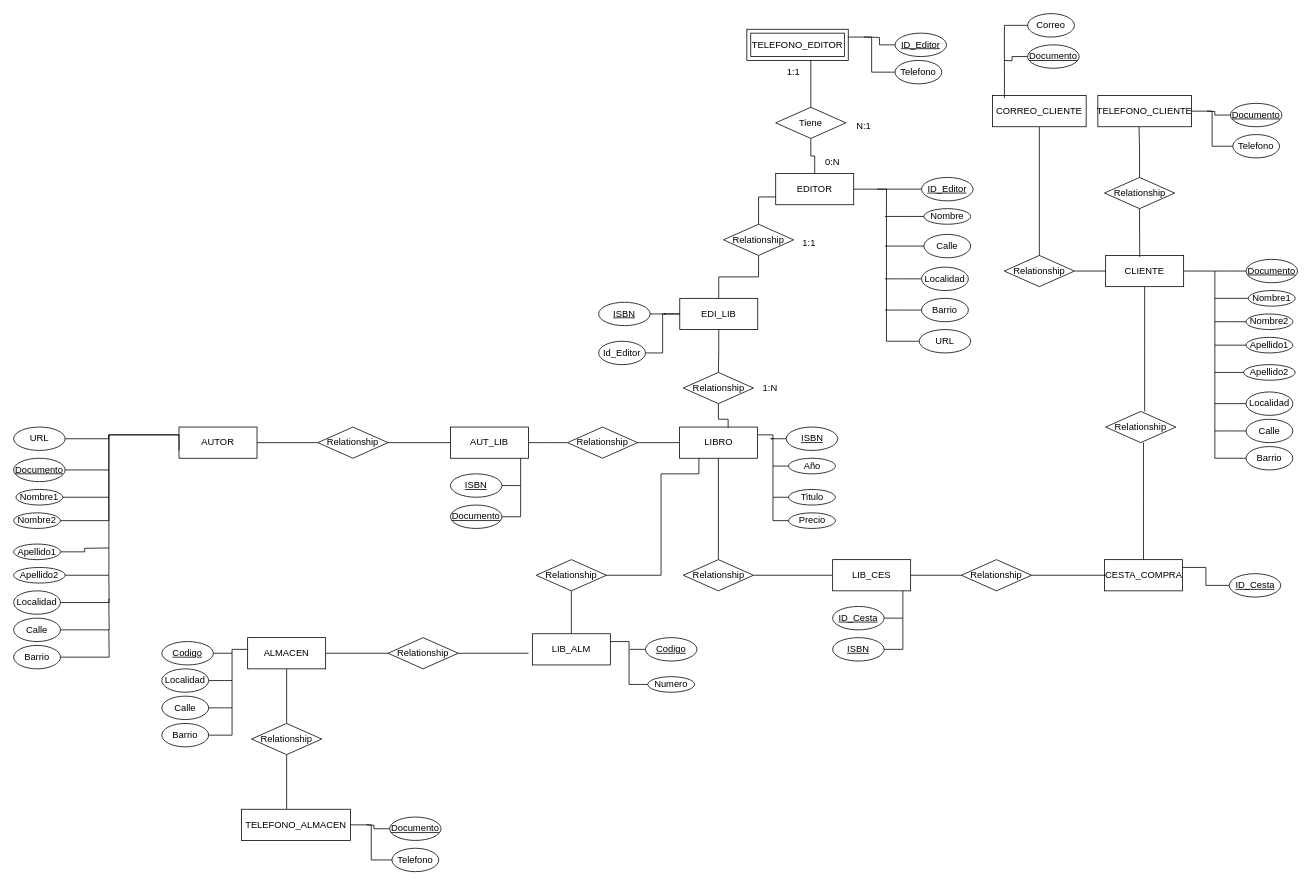
Earlier version of the draw.io diagram Modelado/Taller1-BDD1.drawio (jcabarcasr/Investigaciones-DB1-DB2). Source tidied: cells renumbered, new cells numbered last; positions are measured from the earlier drawing's top-left corner, leaving out a move shared by most shapes. Both pictures are drawn from the tidied source at 78%, with x=0, y=0 at pixel (13, 13).
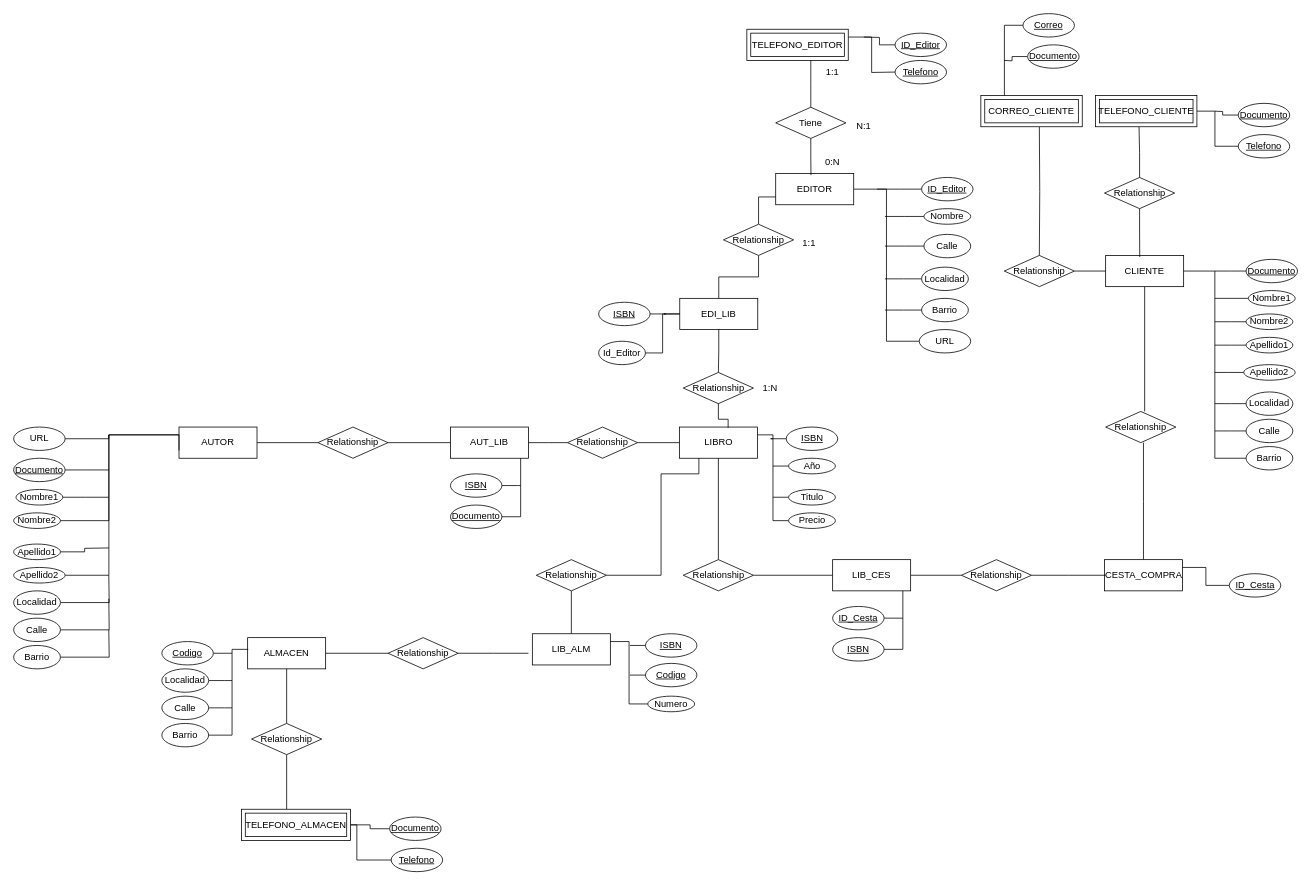
The same page after the edit.

The change refers to these unchanged cells:
```xml
<mxCell id="4" value="EDITOR" style="whiteSpace=wrap;html=1;align=center;" parent="2" vertex="1">
  <mxGeometry width="100" height="40" as="geometry" />
</mxCell>
<mxCell id="91" style="group;" parent="1" vertex="1">
  <mxGeometry x="970" y="20" width="226" height="70" as="geometry" />
</mxCell>
<mxCell id="96" value="TELEFONO_EDITOR" style="shape=ext;margin=3;double=1;whiteSpace=wrap;html=1;align=center;" parent="91" vertex="1">
  <mxGeometry x="-30" width="130" height="40" as="geometry" />
</mxCell>
<mxCell id="99" value="Tiene" style="shape=rhombus;perimeter=rhombusPerimeter;whiteSpace=wrap;html=1;align=center;" parent="1" vertex="1">
  <mxGeometry x="977" y="120" width="90" height="40" as="geometry" />
</mxCell>
<mxCell id="127" value="Relationship" style="shape=rhombus;perimeter=rhombusPerimeter;whiteSpace=wrap;html=1;align=center;" parent="1" vertex="1">
  <mxGeometry x="1398.5" y="210" width="90" height="40" as="geometry" />
</mxCell>
<mxCell id="142" value="Relationship" style="shape=rhombus;perimeter=rhombusPerimeter;whiteSpace=wrap;html=1;align=center;" parent="1" vertex="1">
  <mxGeometry x="1270" y="310" width="90" height="40" as="geometry" />
</mxCell>
<mxCell id="163" value="Documento" style="ellipse;whiteSpace=wrap;html=1;align=center;fontStyle=4;" parent="160" vertex="1">
  <mxGeometry x="170" y="10" width="66" height="30" as="geometry" />
</mxCell>
```

Change to the diagram source:
```diff
@@
-    <mxCell id="94" style="edgeStyle=orthogonalEdgeStyle;rounded=0;jettySize=auto;html=1;entryX=1;entryY=0.25;entryDx=0;entryDy=0;endArrow=none;endFill=0;" parent="91" edge="1" source="95" target="96">
-      <mxGeometry relative="1" as="geometry" />
+    <mxCell id="94" style="edgeStyle=orthogonalEdgeStyle;rounded=0;jettySize=auto;html=1;entryX=1;entryY=0.25;entryDx=0;entryDy=0;endArrow=none;endFill=0;" parent="91" edge="1" target="96">
+      <mxGeometry relative="1" as="geometry">
+        <mxPoint x="160" y="54.9" as="sourcePoint" />
+      </mxGeometry>
     </mxCell>
-    <mxCell id="95" value="Telefono" style="ellipse;whiteSpace=wrap;html=1;align=center;" parent="91" vertex="1">
-      <mxGeometry x="160" y="40" width="60" height="30" as="geometry" />
-    </mxCell>
@@
     <mxCell id="97" value="1:1" style="text;html=1;whiteSpace=wrap;strokeColor=none;fillColor=none;align=center;verticalAlign=middle;rounded=0;" parent="91" vertex="1">
-      <mxGeometry y="40" width="60" height="30" as="geometry" />
+      <mxGeometry x="50" y="40" width="60" height="30" as="geometry" />
     </mxCell>
-    <mxCell id="98" style="edgeStyle=orthogonalEdgeStyle;rounded=0;jettySize=auto;html=1;entryX=0.5;entryY=0;entryDx=0;entryDy=0;endArrow=none;endFill=0;" parent="1" edge="1" source="99" target="4">
-      <mxGeometry relative="1" as="geometry" />
-    </mxCell>
+    <mxCell id="167" value="Telefono" style="ellipse;whiteSpace=wrap;html=1;align=center;fontStyle=4;" parent="91" vertex="1">
+      <mxGeometry x="160" y="40" width="66" height="30" as="geometry" />
+    </mxCell>
@@
     <mxCell id="121" style="group;" parent="1" vertex="1">
-      <mxGeometry x="1390" y="105" width="236" height="80" as="geometry" />
+      <mxGeometry x="1400" y="105" width="236" height="80" as="geometry" />
     </mxCell>
-    <mxCell id="122" value="TELEFONO_CLIENTE" style="whiteSpace=wrap;html=1;align=center;" parent="121" vertex="1">
-      <mxGeometry width="120" height="40" as="geometry" />
-    </mxCell>
@@
-    <mxCell id="125" style="edgeStyle=orthogonalEdgeStyle;rounded=0;jettySize=auto;html=1;entryX=1;entryY=0.5;entryDx=0;entryDy=0;endArrow=none;endFill=0;" parent="121" edge="1" source="126" target="122">
-      <mxGeometry relative="1" as="geometry" />
+    <mxCell id="125" style="edgeStyle=orthogonalEdgeStyle;rounded=0;jettySize=auto;html=1;entryX=1;entryY=0.5;entryDx=0;entryDy=0;endArrow=none;endFill=0;" parent="121" edge="1" target="122">
+      <mxGeometry relative="1" as="geometry">
+        <mxPoint x="173" y="65" as="sourcePoint" />
+        <Array as="points">
+          <mxPoint x="140.1" y="65" />
+          <mxPoint x="140.1" y="20" />
+        </Array>
+      </mxGeometry>
     </mxCell>
-    <mxCell id="126" value="Telefono" style="ellipse;whiteSpace=wrap;html=1;align=center;" parent="121" vertex="1">
-      <mxGeometry x="173" y="50" width="60" height="30" as="geometry" />
-    </mxCell>
+    <mxCell id="168" value="Telefono" style="ellipse;whiteSpace=wrap;html=1;align=center;fontStyle=4;" parent="121" vertex="1">
+      <mxGeometry x="170" y="50" width="66" height="30" as="geometry" />
+    </mxCell>
+    <mxCell id="122" value="TELEFONO_CLIENTE" style="shape=ext;margin=3;double=1;whiteSpace=wrap;html=1;align=center;" parent="121" vertex="1">
+      <mxGeometry x="-13" width="130" height="40" as="geometry" />
+    </mxCell>
@@
-    <mxCell id="133" style="edgeStyle=orthogonalEdgeStyle;rounded=0;jettySize=auto;html=1;entryX=0.44;entryY=1.008;entryDx=0;entryDy=0;entryPerimeter=0;endArrow=none;endFill=0;" parent="1" edge="1" source="127" target="122">
-      <mxGeometry relative="1" as="geometry" />
+    <mxCell id="133" style="edgeStyle=orthogonalEdgeStyle;rounded=0;jettySize=auto;html=1;entryX=0.44;entryY=1.008;entryDx=0;entryDy=0;entryPerimeter=0;endArrow=none;endFill=0;" parent="1" edge="1" source="127">
+      <mxGeometry relative="1" as="geometry">
+        <mxPoint x="1442.8" y="145.3" as="targetPoint" />
+      </mxGeometry>
     </mxCell>
-    <mxCell id="134" style="edgeStyle=orthogonalEdgeStyle;rounded=0;jettySize=auto;html=1;endArrow=none;endFill=0;" parent="1" edge="1" source="135">
-      <mxGeometry relative="1" as="geometry">
-        <mxPoint x="790" y="815" as="targetPoint" />
-      </mxGeometry>
-    </mxCell>
+    <mxCell id="169" style="edgeStyle=orthogonalEdgeStyle;rounded=0;jettySize=auto;html=1;endArrow=none;endFill=0;" parent="1" edge="1" source="135">
+      <mxGeometry relative="1" as="geometry">
+        <mxPoint x="790" y="848" as="targetPoint" />
+      </mxGeometry>
+    </mxCell>
     <mxCell id="135" value="Codigo" style="ellipse;whiteSpace=wrap;html=1;align=center;fontStyle=4;" parent="1" vertex="1">
-      <mxGeometry x="810" y="800" width="66" height="30" as="geometry" />
+      <mxGeometry x="810" y="833" width="66" height="30" as="geometry" />
     </mxCell>
@@
     <mxCell id="137" value="Numero" style="ellipse;whiteSpace=wrap;html=1;align=center;" parent="1" vertex="1">
-      <mxGeometry x="813" y="850" width="60" height="20" as="geometry" />
+      <mxGeometry x="813" y="875" width="60" height="20" as="geometry" />
     </mxCell>
@@
-    <mxCell id="143" style="edgeStyle=orthogonalEdgeStyle;rounded=0;jettySize=auto;html=1;entryX=0.5;entryY=0;entryDx=0;entryDy=0;endArrow=none;endFill=0;" parent="1" edge="1" source="144" target="142">
-      <mxGeometry relative="1" as="geometry" />
+    <mxCell id="143" style="edgeStyle=orthogonalEdgeStyle;rounded=0;jettySize=auto;html=1;entryX=0.5;entryY=0;entryDx=0;entryDy=0;endArrow=none;endFill=0;" parent="1" edge="1" target="142">
+      <mxGeometry relative="1" as="geometry">
+        <mxPoint x="1315" y="145" as="sourcePoint" />
+      </mxGeometry>
     </mxCell>
-    <mxCell id="144" value="CORREO_CLIENTE" style="whiteSpace=wrap;html=1;align=center;double=1;" parent="1" vertex="1">
-      <mxGeometry x="1255" y="105" width="120" height="40" as="geometry" />
-    </mxCell>
@@
-    <mxCell id="147" value="Correo" style="ellipse;whiteSpace=wrap;html=1;align=center;" parent="1" vertex="1">
-      <mxGeometry x="1300" width="60" height="30" as="geometry" />
-    </mxCell>
-    <mxCell id="148" style="edgeStyle=orthogonalEdgeStyle;rounded=0;jettySize=auto;html=1;entryX=0.127;entryY=0.084;entryDx=0;entryDy=0;entryPerimeter=0;endArrow=none;endFill=0;" parent="1" edge="1" source="147" target="144">
+    <mxCell id="148" style="edgeStyle=orthogonalEdgeStyle;rounded=0;orthogonalLoop=1;jettySize=auto;html=1;entryX=0.127;entryY=0.084;entryDx=0;entryDy=0;entryPerimeter=0;endArrow=none;endFill=0;" parent="1" edge="1">
       <mxGeometry relative="1" as="geometry">
+        <mxPoint x="1300" y="14.9" as="sourcePoint" />
+        <mxPoint x="1270.2" y="108.4" as="targetPoint" />
         <Array as="points">
           <mxPoint x="1270.2" y="14.9" />
         </Array>
       </mxGeometry>
     </mxCell>
@@
     <mxCell id="160" style="group;" parent="1" vertex="1">
-      <mxGeometry x="312" y="1020" width="236" height="80" as="geometry" />
+      <mxGeometry x="312" y="1020" width="236" height="90" as="geometry" />
     </mxCell>
-    <mxCell id="161" value="TELEFONO_ALMACEN" style="whiteSpace=wrap;html=1;align=center;" parent="160" vertex="1">
-      <mxGeometry x="-20" width="140" height="40" as="geometry" />
-    </mxCell>
-    <mxCell id="162" style="edgeStyle=orthogonalEdgeStyle;rounded=0;jettySize=auto;html=1;endArrow=none;endFill=0;" parent="160" edge="1" source="163">
-      <mxGeometry relative="1" as="geometry">
-        <mxPoint x="140" y="20" as="targetPoint" />
-      </mxGeometry>
+    <mxCell id="162" style="edgeStyle=orthogonalEdgeStyle;rounded=0;jettySize=auto;html=1;endArrow=none;endFill=0;entryX=1;entryY=0.5;entryDx=0;entryDy=0;" parent="160" edge="1" source="163" target="161">
+      <mxGeometry relative="1" as="geometry" />
     </mxCell>
@@
-    <mxCell id="164" style="edgeStyle=orthogonalEdgeStyle;rounded=0;jettySize=auto;html=1;entryX=1;entryY=0.5;entryDx=0;entryDy=0;endArrow=none;endFill=0;" parent="160" edge="1" source="165" target="161">
-      <mxGeometry relative="1" as="geometry" />
+    <mxCell id="164" style="edgeStyle=orthogonalEdgeStyle;rounded=0;orthogonalLoop=1;jettySize=auto;html=1;entryX=1;entryY=0.5;entryDx=0;entryDy=0;endArrow=none;endFill=0;" parent="160" edge="1">
+      <mxGeometry relative="1" as="geometry">
+        <mxPoint x="173" y="65.1" as="sourcePoint" />
+        <mxPoint x="120" y="20" as="targetPoint" />
+        <Array as="points">
+          <mxPoint x="128" y="65.1" />
+          <mxPoint x="128" y="20" />
+        </Array>
+      </mxGeometry>
     </mxCell>
-    <mxCell id="165" value="Telefono" style="ellipse;whiteSpace=wrap;html=1;align=center;" parent="160" vertex="1">
-      <mxGeometry x="173" y="50" width="60" height="30" as="geometry" />
-    </mxCell>
+    <mxCell id="170" value="Telefono" style="ellipse;whiteSpace=wrap;html=1;align=center;fontStyle=4;" parent="160" vertex="1">
+      <mxGeometry x="172" y="50" width="66" height="30" as="geometry" />
+    </mxCell>
+    <mxCell id="161" value="TELEFONO_ALMACEN" style="shape=ext;margin=3;double=1;whiteSpace=wrap;html=1;align=center;" parent="160" vertex="1">
+      <mxGeometry x="-20" width="140" height="40" as="geometry" />
+    </mxCell>
@@
+    <mxCell id="171" style="edgeStyle=orthogonalEdgeStyle;rounded=0;jettySize=auto;html=1;endArrow=none;endFill=0;" parent="1" edge="1" source="172">
+      <mxGeometry relative="1" as="geometry">
+        <mxPoint x="790" y="810" as="targetPoint" />
+      </mxGeometry>
+    </mxCell>
+    <mxCell id="172" value="ISBN" style="ellipse;whiteSpace=wrap;html=1;align=center;fontStyle=4;" parent="1" vertex="1">
+      <mxGeometry x="810" y="795" width="66" height="30" as="geometry" />
+    </mxCell>
+    <mxCell id="98" style="edgeStyle=orthogonalEdgeStyle;rounded=0;jettySize=auto;html=1;entryX=0.452;entryY=0.05;entryDx=0;entryDy=0;entryPerimeter=0;endArrow=none;endFill=0;" parent="1" edge="1" source="99" target="4">
+      <mxGeometry relative="1" as="geometry" />
+    </mxCell>
+    <mxCell id="147" value="Correo" style="ellipse;whiteSpace=wrap;html=1;align=center;fontStyle=4;" parent="1" vertex="1">
+      <mxGeometry x="1294" width="66" height="30" as="geometry" />
+    </mxCell>
+    <mxCell id="144" value="CORREO_CLIENTE" style="shape=ext;margin=3;double=1;whiteSpace=wrap;html=1;align=center;" parent="1" vertex="1">
+      <mxGeometry x="1240" y="105" width="130" height="40" as="geometry" />
+    </mxCell>
```
